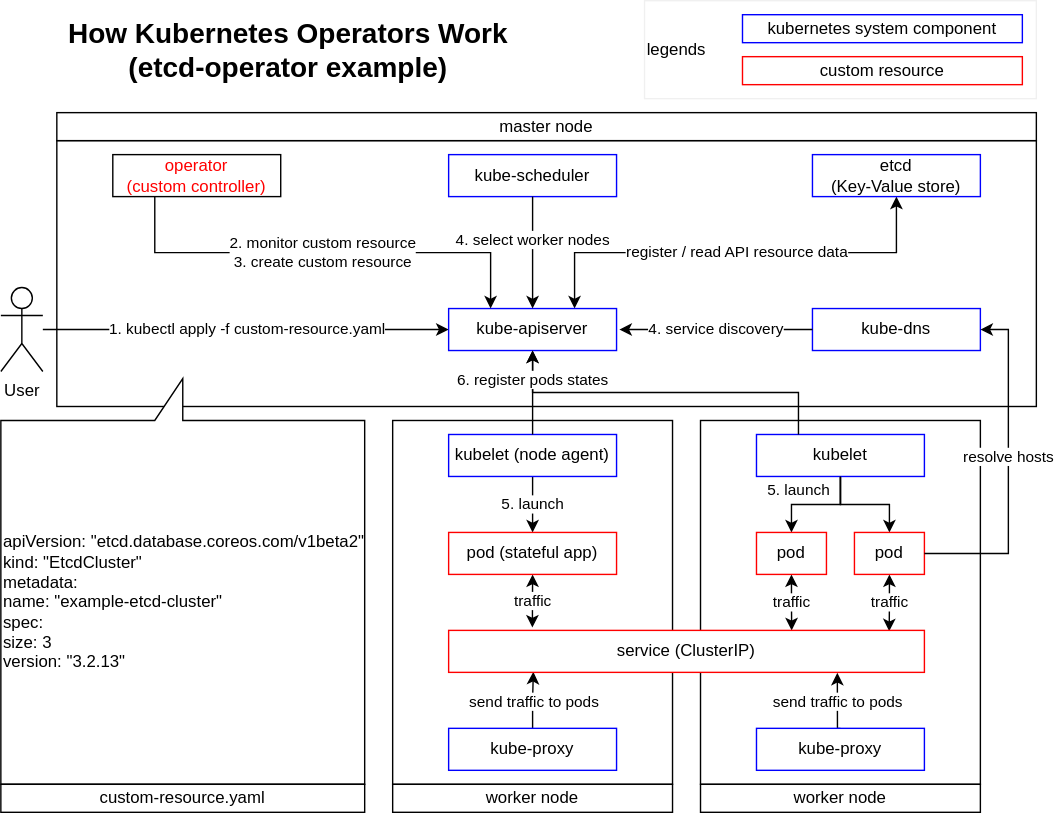
Before: Kubernetes/images/operator-overview.drawio.svg, a diagram exported from draw.io (k-makino-jp/sandbox). Source tidied: cells renumbered, new cells last; positions are measured from the earlier drawing's top-left corner, leaving out a move shared by most shapes.
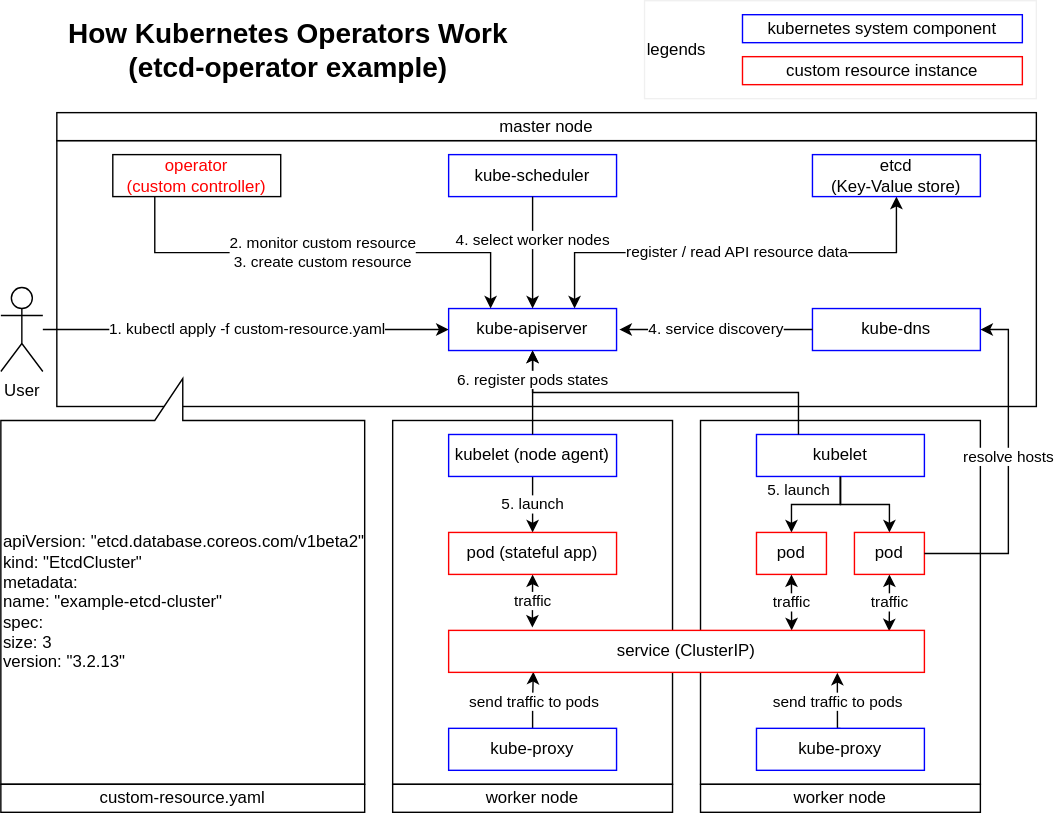
Later version of the same file.

Diff of the diagram source:
```diff
@@ -129,7 +129,7 @@
     <mxCell id="42" value="service (ClusterIP)" style="rounded=0;whiteSpace=wrap;html=1;strokeColor=#FF0000;" parent="1" vertex="1">
       <mxGeometry x="320" y="450" width="340" height="30" as="geometry" />
     </mxCell>
-    <mxCell id="43" value="custom resource" style="rounded=0;whiteSpace=wrap;html=1;strokeColor=#FF0000;" parent="1" vertex="1">
+    <mxCell id="43" value="custom resource instance" style="rounded=0;whiteSpace=wrap;html=1;strokeColor=#FF0000;" parent="1" vertex="1">
       <mxGeometry x="530" y="40" width="200" height="20" as="geometry" />
     </mxCell>
     <mxCell id="44" value="kubernetes system component" style="rounded=0;whiteSpace=wrap;html=1;strokeColor=#0000FF;" parent="1" vertex="1">
```
